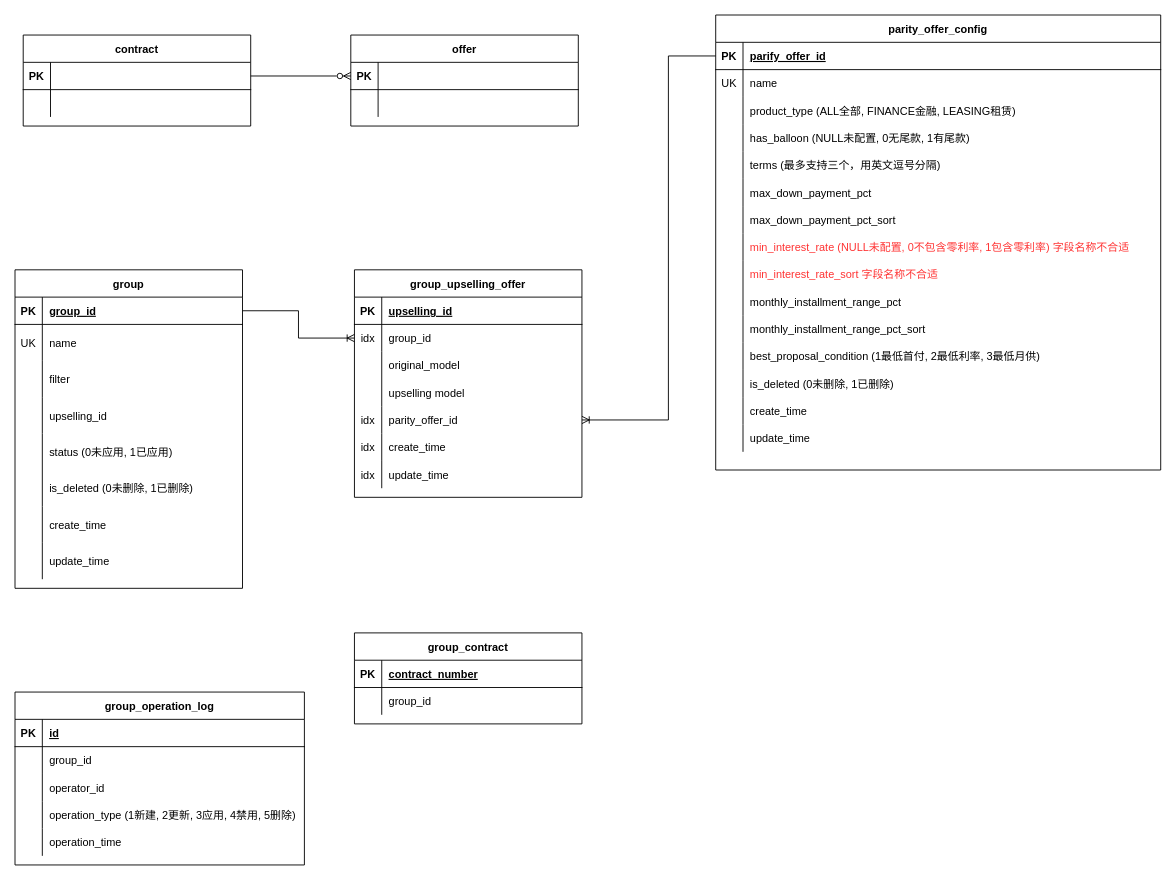
likun0121/insight keeps this draw.io diagram as insight.drawio. Above is the earlier version. Source tidied: cells renumbered, new cells numbered last; positions are measured from the earlier drawing's top-left corner, leaving out a move shared by most shapes. Both pictures are drawn from the tidied source at 91%, with x=0, y=0 at pixel (15, 15).
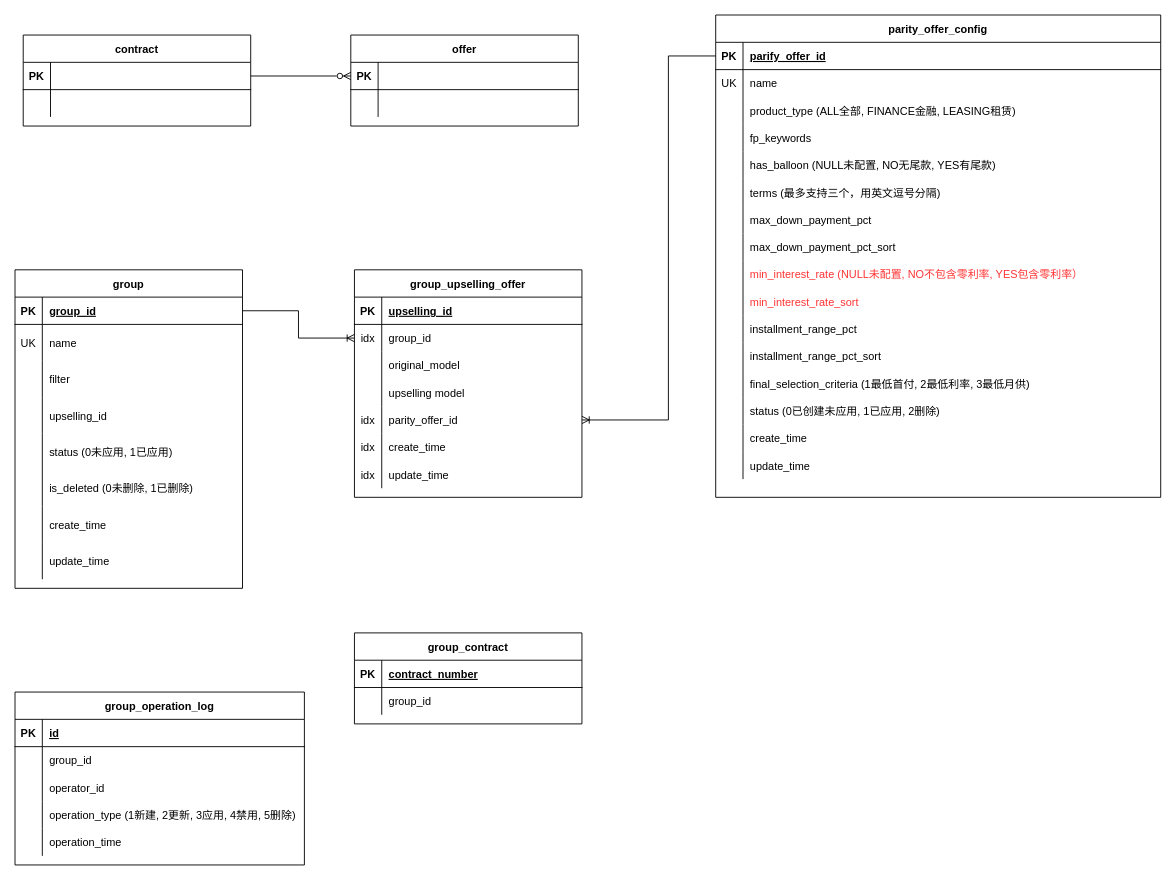
Above is the later version.

The edit, as a diff of the source:
```diff
@@
     <mxCell id="42" value="parity_offer_config" style="shape=table;startSize=30;childLayout=tableLayout;rowLines=0;fontStyle=1;align=center;" parent="1" vertex="1">
-      <mxGeometry x="770" width="489" height="500" as="geometry" />
+      <mxGeometry x="770" width="489" height="530" as="geometry" />
     </mxCell>
@@
+    <mxCell id="135" style="shape=partialRectangle;fillColor=none;top=0;left=0;right=0;bottom=0;" parent="42" vertex="1">
+      <mxGeometry y="120" width="489" height="30" as="geometry" />
+    </mxCell>
+    <mxCell id="136" style="shape=partialRectangle;overflow=hidden;fillColor=none;top=0;left=0;bottom=0;right=0;" parent="135" vertex="1">
+      <mxGeometry width="30" height="30" as="geometry" />
+    </mxCell>
+    <mxCell id="137" value="fp_keywords" style="shape=partialRectangle;overflow=hidden;fillColor=none;top=0;left=0;bottom=0;right=0;align=left;spacingLeft=6;" parent="135" vertex="1">
+      <mxGeometry x="30" width="459" height="30" as="geometry" />
+    </mxCell>
     <mxCell id="52" style="shape=partialRectangle;fillColor=none;top=0;left=0;right=0;bottom=0;" parent="42" vertex="1">
-      <mxGeometry y="120" width="489" height="30" as="geometry" />
+      <mxGeometry y="150" width="489" height="30" as="geometry" />
     </mxCell>
@@
-    <mxCell id="54" value="has_balloon (NULL未配置, 0无尾款, 1有尾款)" style="shape=partialRectangle;overflow=hidden;fillColor=none;top=0;left=0;bottom=0;right=0;align=left;spacingLeft=6;" parent="52" vertex="1">
+    <mxCell id="54" value="has_balloon (NULL未配置, NO无尾款, YES有尾款)" style="shape=partialRectangle;overflow=hidden;fillColor=none;top=0;left=0;bottom=0;right=0;align=left;spacingLeft=6;" parent="52" vertex="1">
       <mxGeometry x="30" width="459" height="30" as="geometry" />
     </mxCell>
     <mxCell id="55" style="shape=partialRectangle;fillColor=none;top=0;left=0;right=0;bottom=0;" parent="42" vertex="1">
-      <mxGeometry y="150" width="489" height="30" as="geometry" />
+      <mxGeometry y="180" width="489" height="30" as="geometry" />
     </mxCell>
@@
     <mxCell id="58" style="shape=partialRectangle;fillColor=none;top=0;left=0;right=0;bottom=0;" parent="42" vertex="1">
-      <mxGeometry y="180" width="489" height="30" as="geometry" />
+      <mxGeometry y="210" width="489" height="30" as="geometry" />
     </mxCell>
@@
     <mxCell id="61" style="shape=partialRectangle;fillColor=none;top=0;left=0;right=0;bottom=0;" parent="42" vertex="1">
-      <mxGeometry y="210" width="489" height="30" as="geometry" />
+      <mxGeometry y="240" width="489" height="30" as="geometry" />
     </mxCell>
@@
     <mxCell id="64" style="shape=partialRectangle;fillColor=none;top=0;left=0;right=0;bottom=0;" parent="42" vertex="1">
-      <mxGeometry y="240" width="489" height="30" as="geometry" />
+      <mxGeometry y="270" width="489" height="30" as="geometry" />
     </mxCell>
@@
-    <mxCell id="66" value="min_interest_rate (NULL未配置, 0不包含零利率, 1包含零利率) 字段名称不合适" style="shape=partialRectangle;overflow=hidden;fillColor=none;top=0;left=0;bottom=0;right=0;align=left;spacingLeft=6;labelBackgroundColor=default;fontColor=#FF3333;" parent="64" vertex="1">
+    <mxCell id="66" value="min_interest_rate (NULL未配置, NO不包含零利率, YES包含零利率）" style="shape=partialRectangle;overflow=hidden;fillColor=none;top=0;left=0;bottom=0;right=0;align=left;spacingLeft=6;labelBackgroundColor=default;fontColor=#FF3333;" parent="64" vertex="1">
       <mxGeometry x="30" width="459" height="30" as="geometry" />
     </mxCell>
     <mxCell id="67" style="shape=partialRectangle;fillColor=none;top=0;left=0;right=0;bottom=0;" parent="42" vertex="1">
-      <mxGeometry y="270" width="489" height="30" as="geometry" />
+      <mxGeometry y="300" width="489" height="30" as="geometry" />
     </mxCell>
@@
-    <mxCell id="69" value="min_interest_rate_sort 字段名称不合适" style="shape=partialRectangle;overflow=hidden;fillColor=none;top=0;left=0;bottom=0;right=0;align=left;spacingLeft=6;fontColor=#FF3333;" parent="67" vertex="1">
+    <mxCell id="69" value="min_interest_rate_sort" style="shape=partialRectangle;overflow=hidden;fillColor=none;top=0;left=0;bottom=0;right=0;align=left;spacingLeft=6;fontColor=#FF3333;" parent="67" vertex="1">
       <mxGeometry x="30" width="459" height="30" as="geometry" />
     </mxCell>
     <mxCell id="70" style="shape=partialRectangle;fillColor=none;top=0;left=0;right=0;bottom=0;" parent="42" vertex="1">
-      <mxGeometry y="300" width="489" height="30" as="geometry" />
+      <mxGeometry y="330" width="489" height="30" as="geometry" />
     </mxCell>
@@
-    <mxCell id="72" value="monthly_installment_range_pct" style="shape=partialRectangle;overflow=hidden;fillColor=none;top=0;left=0;bottom=0;right=0;align=left;spacingLeft=6;" parent="70" vertex="1">
+    <mxCell id="72" value="installment_range_pct" style="shape=partialRectangle;overflow=hidden;fillColor=none;top=0;left=0;bottom=0;right=0;align=left;spacingLeft=6;" parent="70" vertex="1">
       <mxGeometry x="30" width="459" height="30" as="geometry" />
     </mxCell>
     <mxCell id="73" style="shape=partialRectangle;fillColor=none;top=0;left=0;right=0;bottom=0;" parent="42" vertex="1">
-      <mxGeometry y="330" width="489" height="30" as="geometry" />
+      <mxGeometry y="360" width="489" height="30" as="geometry" />
     </mxCell>
@@
-    <mxCell id="75" value="monthly_installment_range_pct_sort" style="shape=partialRectangle;overflow=hidden;fillColor=none;top=0;left=0;bottom=0;right=0;align=left;spacingLeft=6;" parent="73" vertex="1">
+    <mxCell id="75" value="installment_range_pct_sort" style="shape=partialRectangle;overflow=hidden;fillColor=none;top=0;left=0;bottom=0;right=0;align=left;spacingLeft=6;" parent="73" vertex="1">
       <mxGeometry x="30" width="459" height="30" as="geometry" />
     </mxCell>
     <mxCell id="76" style="shape=partialRectangle;fillColor=none;top=0;left=0;right=0;bottom=0;" parent="42" vertex="1">
-      <mxGeometry y="360" width="489" height="30" as="geometry" />
+      <mxGeometry y="390" width="489" height="30" as="geometry" />
     </mxCell>
@@
-    <mxCell id="78" value="best_proposal_condition (1最低首付, 2最低利率, 3最低月供)" style="shape=partialRectangle;overflow=hidden;fillColor=none;top=0;left=0;bottom=0;right=0;align=left;spacingLeft=6;" parent="76" vertex="1">
+    <mxCell id="78" value="final_selection_criteria (1最低首付, 2最低利率, 3最低月供)" style="shape=partialRectangle;overflow=hidden;fillColor=none;top=0;left=0;bottom=0;right=0;align=left;spacingLeft=6;" parent="76" vertex="1">
       <mxGeometry x="30" width="459" height="30" as="geometry" />
     </mxCell>
-    <mxCell id="79" style="shape=partialRectangle;fillColor=none;top=0;left=0;right=0;bottom=0;" parent="42" vertex="1">
-      <mxGeometry y="390" width="489" height="30" as="geometry" />
-    </mxCell>
-    <mxCell id="80" style="shape=partialRectangle;overflow=hidden;fillColor=none;top=0;left=0;bottom=0;right=0;" parent="79" vertex="1">
-      <mxGeometry width="30" height="30" as="geometry" />
-    </mxCell>
-    <mxCell id="81" value="is_deleted (0未删除, 1已删除)" style="shape=partialRectangle;overflow=hidden;fillColor=none;top=0;left=0;bottom=0;right=0;align=left;spacingLeft=6;" parent="79" vertex="1">
-      <mxGeometry x="30" width="459" height="30" as="geometry" />
-    </mxCell>
+    <mxCell id="138" style="shape=partialRectangle;fillColor=none;top=0;left=0;right=0;bottom=0;" parent="42" vertex="1">
+      <mxGeometry y="420" width="489" height="30" as="geometry" />
+    </mxCell>
+    <mxCell id="139" style="shape=partialRectangle;overflow=hidden;fillColor=none;top=0;left=0;bottom=0;right=0;" parent="138" vertex="1">
+      <mxGeometry width="30" height="30" as="geometry" />
+    </mxCell>
+    <mxCell id="140" value="status (0已创建未应用, 1已应用, 2删除)" style="shape=partialRectangle;overflow=hidden;fillColor=none;top=0;left=0;bottom=0;right=0;align=left;spacingLeft=6;" parent="138" vertex="1">
+      <mxGeometry x="30" width="459" height="30" as="geometry" />
+    </mxCell>
     <mxCell id="82" style="shape=partialRectangle;fillColor=none;top=0;left=0;right=0;bottom=0;" parent="42" vertex="1">
-      <mxGeometry y="420" width="489" height="30" as="geometry" />
+      <mxGeometry y="450" width="489" height="30" as="geometry" />
     </mxCell>
@@
     <mxCell id="85" style="shape=partialRectangle;fillColor=none;top=0;left=0;right=0;bottom=0;" parent="42" vertex="1">
-      <mxGeometry y="450" width="489" height="30" as="geometry" />
+      <mxGeometry y="480" width="489" height="30" as="geometry" />
     </mxCell>
```
